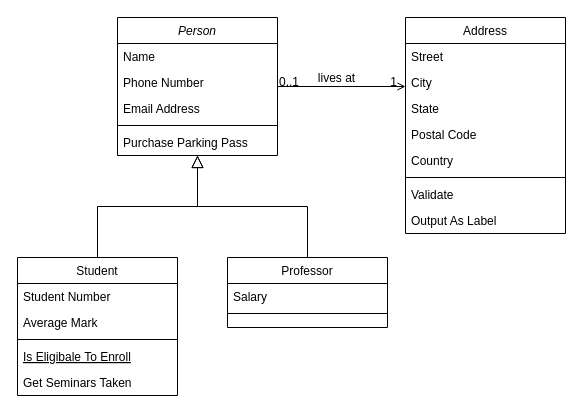
Before: Untitled Diagram.drawio in lwrnczeng/Viper-Architecture, a draw.io diagram. Source tidied: cells renumbered, new cells numbered last; positions are measured from the earlier drawing's top-left corner, leaving out a move shared by most shapes. Both pictures are drawn from the tidied source at 100%, with x=0, y=0 at pixel (17, 17).
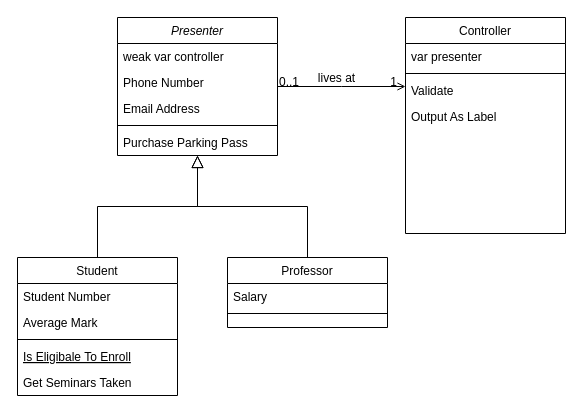
Above is the later version.

Diff of the diagram source:
```diff
@@
-    <mxCell id="2" value="Person" style="swimlane;fontStyle=2;align=center;verticalAlign=top;horizontal=1;startSize=26;rounded=0;shadow=0;strokeWidth=1;" parent="1" vertex="1">
+    <mxCell id="2" value="Presenter" style="swimlane;fontStyle=2;align=center;verticalAlign=top;horizontal=1;startSize=26;rounded=0;shadow=0;strokeWidth=1;" parent="1" vertex="1">
       <mxGeometry x="100" width="160" height="138" as="geometry" />
     </mxCell>
-    <mxCell id="3" value="Name" style="text;align=left;verticalAlign=top;spacingLeft=4;spacingRight=4;overflow=hidden;" parent="2" vertex="1">
+    <mxCell id="3" value="weak var controller" style="text;align=left;verticalAlign=top;spacingLeft=4;spacingRight=4;overflow=hidden;" parent="2" vertex="1">
       <mxGeometry y="26" width="160" height="26" as="geometry" />
     </mxCell>
@@
-    <mxCell id="19" value="Address" style="swimlane;fontStyle=0;align=center;verticalAlign=top;horizontal=1;startSize=26;rounded=0;shadow=0;strokeWidth=1;" parent="1" vertex="1">
+    <mxCell id="19" value="Controller" style="swimlane;fontStyle=0;align=center;verticalAlign=top;horizontal=1;startSize=26;rounded=0;shadow=0;strokeWidth=1;" parent="1" vertex="1">
       <mxGeometry x="388" width="160" height="216" as="geometry" />
     </mxCell>
-    <mxCell id="20" value="Street" style="text;align=left;verticalAlign=top;spacingLeft=4;spacingRight=4;overflow=hidden;" parent="19" vertex="1">
+    <mxCell id="20" value="var presenter" style="text;align=left;verticalAlign=top;spacingLeft=4;spacingRight=4;overflow=hidden;" parent="19" vertex="1">
       <mxGeometry y="26" width="160" height="26" as="geometry" />
     </mxCell>
-    <mxCell id="21" value="City" style="text;align=left;verticalAlign=top;spacingLeft=4;spacingRight=4;overflow=hidden;rounded=0;shadow=0;html=0;" parent="19" vertex="1">
-      <mxGeometry y="52" width="160" height="26" as="geometry" />
-    </mxCell>
-    <mxCell id="22" value="State" style="text;align=left;verticalAlign=top;spacingLeft=4;spacingRight=4;overflow=hidden;rounded=0;shadow=0;html=0;" parent="19" vertex="1">
-      <mxGeometry y="78" width="160" height="26" as="geometry" />
-    </mxCell>
-    <mxCell id="23" value="Postal Code" style="text;align=left;verticalAlign=top;spacingLeft=4;spacingRight=4;overflow=hidden;rounded=0;shadow=0;html=0;" parent="19" vertex="1">
-      <mxGeometry y="104" width="160" height="26" as="geometry" />
-    </mxCell>
-    <mxCell id="24" value="Country" style="text;align=left;verticalAlign=top;spacingLeft=4;spacingRight=4;overflow=hidden;rounded=0;shadow=0;html=0;" parent="19" vertex="1">
-      <mxGeometry y="130" width="160" height="26" as="geometry" />
-    </mxCell>
     <mxCell id="25" style="line;html=1;strokeWidth=1;align=left;verticalAlign=middle;spacingTop=-1;spacingLeft=3;spacingRight=3;labelPosition=right;" parent="19" vertex="1">
-      <mxGeometry y="156" width="160" height="8" as="geometry" />
+      <mxGeometry y="52" width="160" height="8" as="geometry" />
     </mxCell>
     <mxCell id="26" value="Validate" style="text;align=left;verticalAlign=top;spacingLeft=4;spacingRight=4;overflow=hidden;" parent="19" vertex="1">
-      <mxGeometry y="164" width="160" height="26" as="geometry" />
+      <mxGeometry y="60" width="160" height="26" as="geometry" />
     </mxCell>
     <mxCell id="27" value="Output As Label" style="text;align=left;verticalAlign=top;spacingLeft=4;spacingRight=4;overflow=hidden;" parent="19" vertex="1">
-      <mxGeometry y="190" width="160" height="26" as="geometry" />
+      <mxGeometry y="86" width="160" height="26" as="geometry" />
     </mxCell>
```
